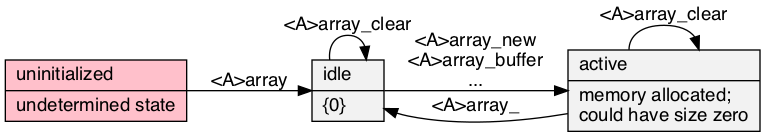
The Graphviz diagram doc/array/states.png in neil-edelman/boxes, before a commit. Its source is kept beside it as doc/array/states.gv. Its diagram source:
```dot
digraph {
	graph [rankdir=LR, truecolor=true, bgcolor=transparent, fontname="Bitstream Vera Sans"];
	node [shape=record, style=filled, fillcolor="Grey95", fontname="Bitstream Vera Sans"];
	edge [fontname="Bitstream Vera Sans"];
	null [label = "uninitialized\l|undetermined state\l", fillcolor = pink];
	static [label = "idle\l|\{0\}\l"];
	dynamic [label = "active\l|memory allocated;\lcould have size zero\l"];
	null -> static [label = "<A>array"];
	static -> dynamic [label = "<A>array_new\n<A>array_buffer\n..."];
	dynamic -> static [label = "<A>array_"];
	static -> static [label = "<A>array_clear"]
	dynamic -> dynamic [label = "<A>array_clear"]
}
```
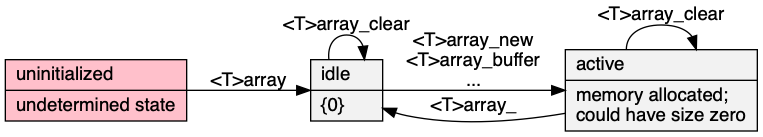
After the commit.

Commit message:
array. Took out <T>end. Fixed up documentation. <t>array_ is getting recognized as a generic, now. More complicated lookahead is required.

What changed in the source:
```diff
@@ -5,9 +5,9 @@
 	null [label = "uninitialized\l|undetermined state\l", fillcolor = pink];
 	static [label = "idle\l|\{0\}\l"];
 	dynamic [label = "active\l|memory allocated;\lcould have size zero\l"];
-	null -> static [label = "<A>array"];
-	static -> dynamic [label = "<A>array_new\n<A>array_buffer\n..."];
-	dynamic -> static [label = "<A>array_"];
-	static -> static [label = "<A>array_clear"]
-	dynamic -> dynamic [label = "<A>array_clear"]
+	null -> static [label = "<T>array"];
+	static -> dynamic [label = "<T>array_new\n<T>array_buffer\n..."];
+	dynamic -> static [label = "<T>array_"];
+	static -> static [label = "<T>array_clear"]
+	dynamic -> dynamic [label = "<T>array_clear"]
 }
```
